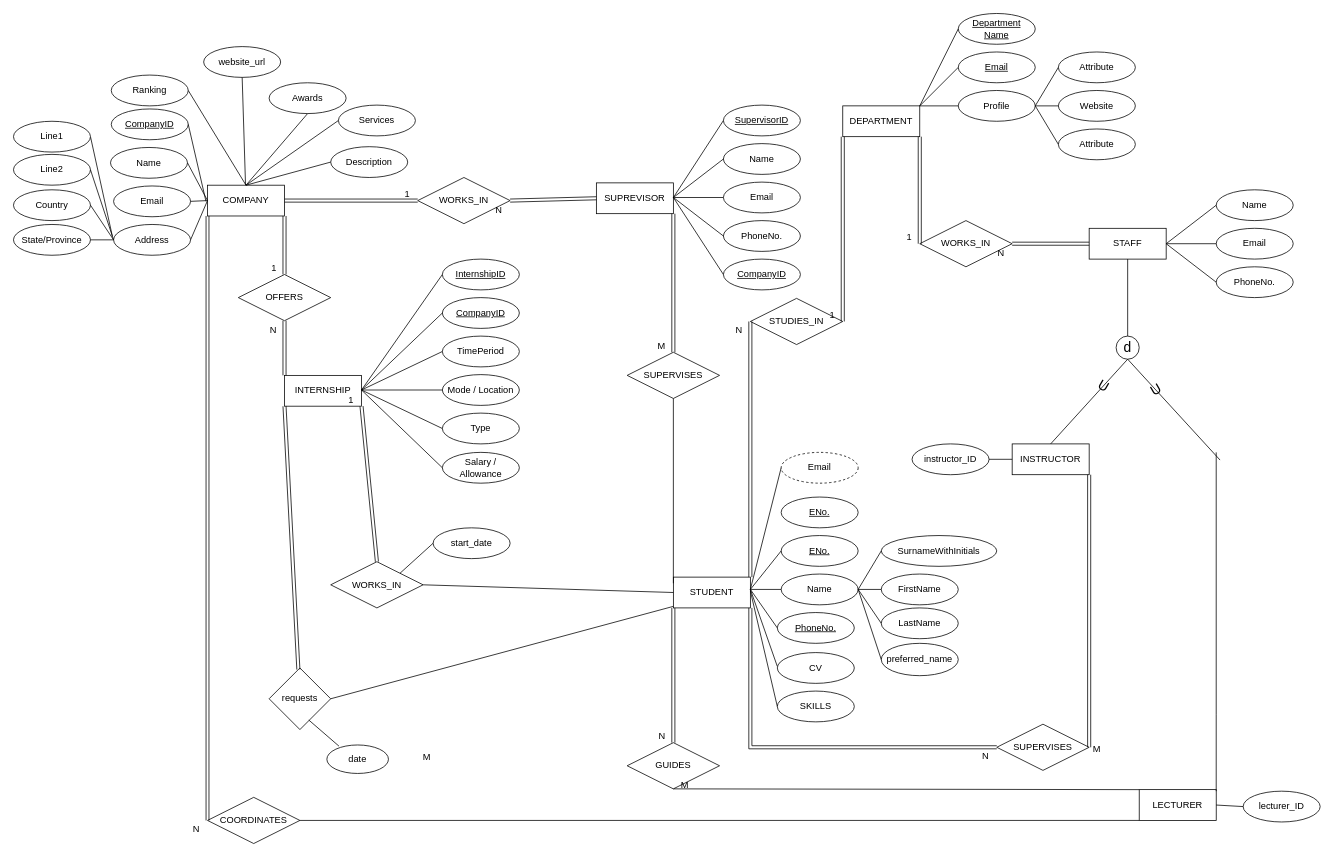
Before: ER Diagram/ER_DIAGRAM2.drawio in ishanfdo18098/CO226-Database-Project, a draw.io diagram. Source tidied: cells renumbered, new cells numbered last; positions are measured from the earlier drawing's top-left corner, leaving out a move shared by most shapes. Both pictures are drawn from the tidied source at 77%, with x=0, y=0 at pixel (13, 13).
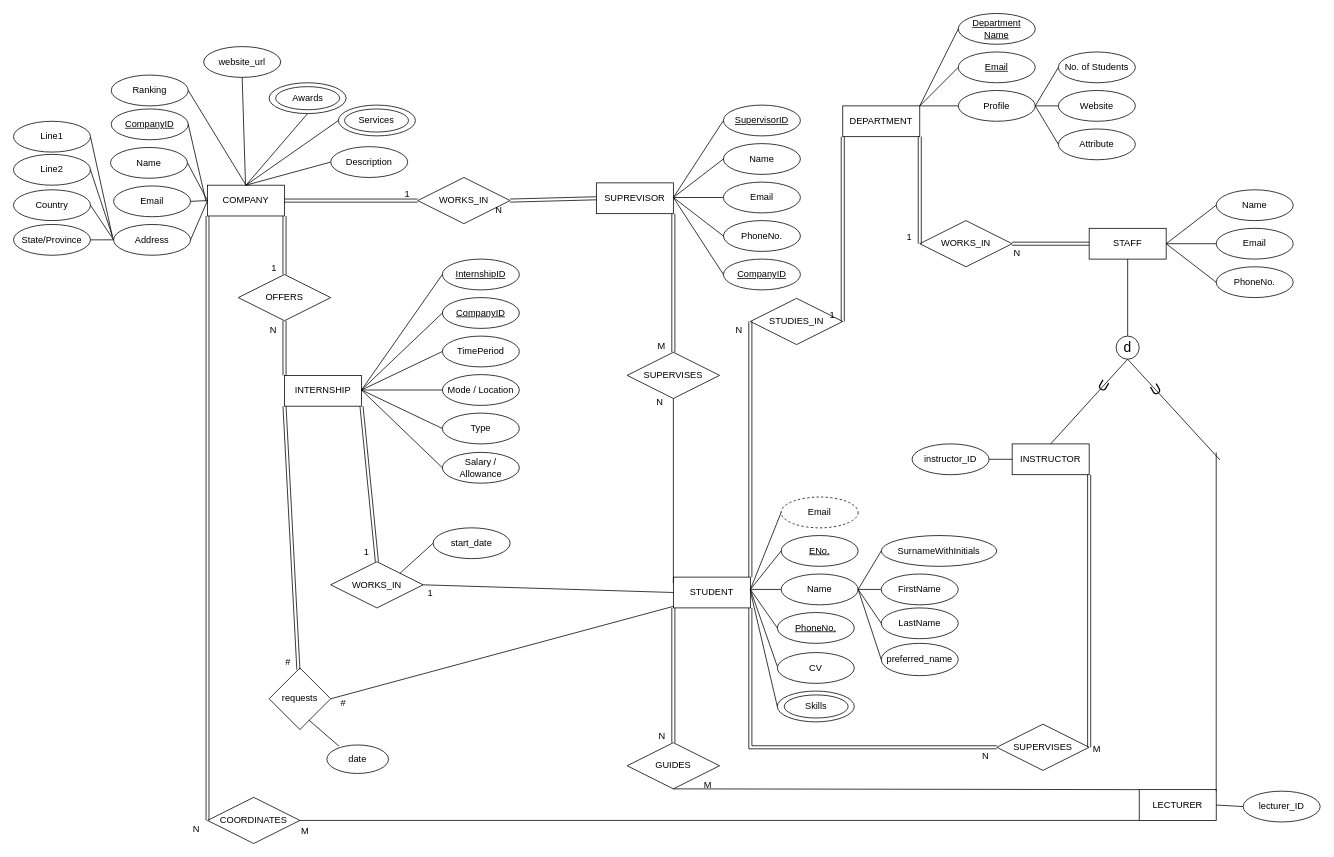
After the change.

Unchanged cells that the change refers to:
```xml
<mxCell id="21" style="shape=link;html=1;rounded=0;exitX=0.5;exitY=0;exitDx=0;exitDy=0;entryX=1;entryY=1;entryDx=0;entryDy=0;" parent="1" edge="1" source="20" target="9">
  <mxGeometry relative="1" as="geometry" />
</mxCell>
<mxCell id="34" style="shape=link;html=1;rounded=0;entryX=1;entryY=0.5;entryDx=0;entryDy=0;exitX=0;exitY=0.5;exitDx=0;exitDy=0;" parent="1" edge="1" source="8" target="31">
  <mxGeometry relative="1" as="geometry" />
</mxCell>
```

What changed in the source:
```diff
@@
     <mxCell id="22" value="1" style="html=1;align=right;verticalAlign=bottom;" parent="21" vertex="1">
       <mxGeometry x="1" relative="1" as="geometry">
-        <mxPoint x="-10" as="offset" />
+        <mxPoint x="10" y="198" as="offset" />
       </mxGeometry>
     </mxCell>
@@
     <mxCell id="35" value="N" style="html=1;align=right;verticalAlign=bottom;" parent="34" vertex="1">
       <mxGeometry x="1" relative="1" as="geometry">
-        <mxPoint x="-10" y="20" as="offset" />
+        <mxPoint x="11" y="20" as="offset" />
       </mxGeometry>
     </mxCell>
@@
-    <mxCell id="51" value="M" style="html=1;align=right;verticalAlign=bottom;" parent="1" vertex="1">
-      <mxGeometry x="412" y="993" as="geometry">
+    <mxCell id="51" value="#" style="html=1;align=right;verticalAlign=bottom;" parent="1" vertex="1">
+      <mxGeometry x="302" y="923" as="geometry">
         <mxPoint x="130" y="-19" as="offset" />
       </mxGeometry>
     </mxCell>
@@
     <mxCell id="53" value="M" style="html=1;align=right;verticalAlign=bottom;" parent="1" vertex="1">
-      <mxGeometry x="747" y="1030" as="geometry">
+      <mxGeometry x="777" y="1030" as="geometry">
         <mxPoint x="130" y="-19" as="offset" />
       </mxGeometry>
     </mxCell>
@@
-    <mxCell id="58" value="Attribute" style="ellipse;whiteSpace=wrap;html=1;align=center;" parent="1" vertex="1">
+    <mxCell id="58" value="No. of Students" style="ellipse;whiteSpace=wrap;html=1;align=center;" parent="1" vertex="1">
       <mxGeometry x="1357" y="50" width="100" height="40" as="geometry" />
     </mxCell>
@@
     <mxCell id="89" value="Email" style="ellipse;whiteSpace=wrap;html=1;align=center;dashed=1;" parent="1" vertex="1">
-      <mxGeometry x="997" y="570" width="100" height="40" as="geometry" />
+      <mxGeometry x="997" y="628" width="100" height="40" as="geometry" />
     </mxCell>
@@
-    <mxCell id="95" value="SKILLS" style="ellipse;whiteSpace=wrap;html=1;align=center;" parent="1" vertex="1">
+    <mxCell id="95" style="ellipse;whiteSpace=wrap;html=1;align=center;" parent="1" vertex="1">
       <mxGeometry x="992" y="880" width="100" height="40" as="geometry" />
     </mxCell>
@@
-    <mxCell id="98" value="Awards" style="ellipse;whiteSpace=wrap;html=1;align=center;" parent="1" vertex="1">
+    <mxCell id="98" style="ellipse;whiteSpace=wrap;html=1;align=center;" parent="1" vertex="1">
       <mxGeometry x="332" y="90" width="100" height="40" as="geometry" />
     </mxCell>
-    <mxCell id="99" value="Services" style="ellipse;whiteSpace=wrap;html=1;align=center;" parent="1" vertex="1">
+    <mxCell id="99" style="ellipse;whiteSpace=wrap;html=1;align=center;" parent="1" vertex="1">
       <mxGeometry x="422" y="119" width="100" height="40" as="geometry" />
     </mxCell>
@@
-    <mxCell id="157" value="ENo." style="ellipse;whiteSpace=wrap;html=1;align=center;fontStyle=4;" parent="1" vertex="1">
-      <mxGeometry x="997" y="628" width="100" height="40" as="geometry" />
-    </mxCell>
+    <mxCell id="158" value="&lt;span&gt;Skills&lt;/span&gt;" style="ellipse;whiteSpace=wrap;html=1;" parent="1" vertex="1">
+      <mxGeometry x="1001" y="885" width="83" height="30" as="geometry" />
+    </mxCell>
+    <mxCell id="159" value="&lt;span&gt;Awards&lt;/span&gt;" style="ellipse;whiteSpace=wrap;html=1;" parent="1" vertex="1">
+      <mxGeometry x="340.5" y="95" width="83" height="30" as="geometry" />
+    </mxCell>
+    <mxCell id="160" value="&lt;span&gt;Services&lt;/span&gt;" style="ellipse;whiteSpace=wrap;html=1;" parent="1" vertex="1">
+      <mxGeometry x="430" y="124" width="83" height="30" as="geometry" />
+    </mxCell>
+    <mxCell id="161" value="N" style="html=1;align=right;verticalAlign=bottom;" parent="1" vertex="1">
+      <mxGeometry x="857" y="450" as="geometry">
+        <mxPoint x="-13" y="63" as="offset" />
+      </mxGeometry>
+    </mxCell>
+    <mxCell id="162" value="#" style="html=1;align=right;verticalAlign=bottom;" parent="1" vertex="1">
+      <mxGeometry x="230" y="870" as="geometry">
+        <mxPoint x="130" y="-19" as="offset" />
+      </mxGeometry>
+    </mxCell>
+    <mxCell id="163" value="1" style="html=1;align=right;verticalAlign=bottom;" parent="1" vertex="1">
+      <mxGeometry x="545" y="761" as="geometry" />
+    </mxCell>
+    <mxCell id="164" value="M" style="html=1;align=right;verticalAlign=bottom;" parent="1" vertex="1">
+      <mxGeometry x="497" y="815" as="geometry">
+        <mxPoint x="-113" y="255" as="offset" />
+      </mxGeometry>
+    </mxCell>
```
